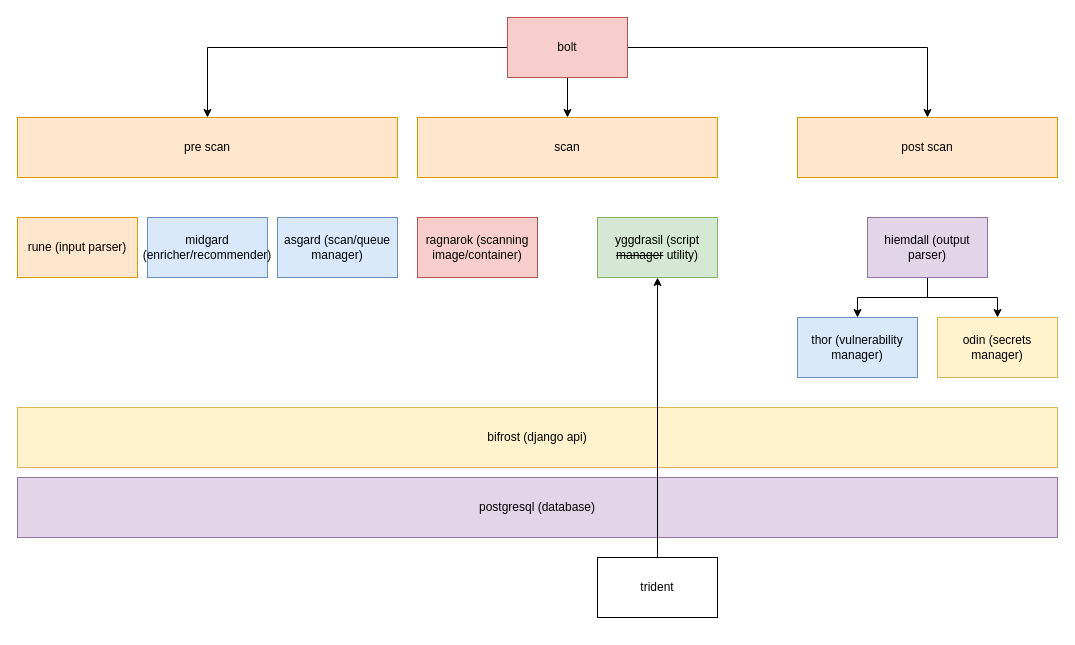
abhijitacharya793/bolt keeps this draw.io diagram as page "apps" (1 of 10) of scanning_engine.drawio. Above is the earlier version. Source tidied: cells renumbered, new cells numbered last; positions are measured from the earlier drawing's top-left corner, leaving out a move shared by most shapes. Both pictures are drawn from the tidied source at 100%, with x=0, y=0 at pixel (17, 17).
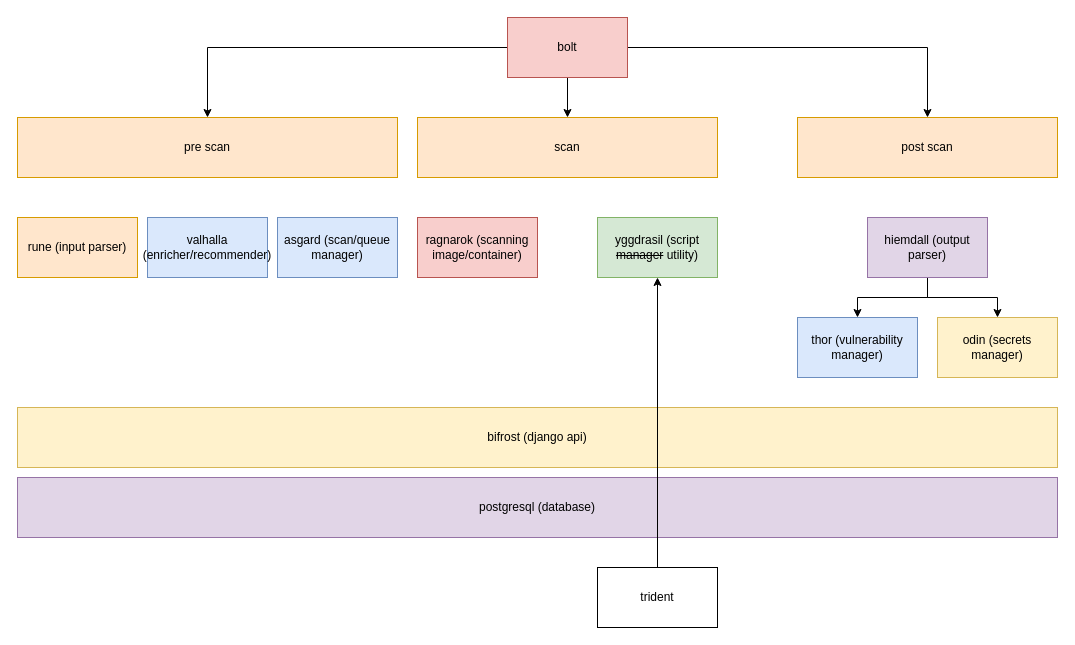
Above is the later version.

The edit, as a diff of the source:
```diff
@@
-    <mxCell id="18" value="midgard (enricher/recommender)" style="whiteSpace=wrap;html=1;fillColor=#dae8fc;strokeColor=#6c8ebf;" parent="1" vertex="1">
+    <mxCell id="18" value="valhalla (enricher/recommender)" style="whiteSpace=wrap;html=1;fillColor=#dae8fc;strokeColor=#6c8ebf;" parent="1" vertex="1">
       <mxGeometry x="130" y="200" width="120" height="60" as="geometry" />
     </mxCell>
@@
     <mxCell id="22" value="trident" style="rounded=0;whiteSpace=wrap;html=1;" parent="1" vertex="1">
-      <mxGeometry x="580" y="540" width="120" height="60" as="geometry" />
+      <mxGeometry x="580" y="550" width="120" height="60" as="geometry" />
     </mxCell>
```
